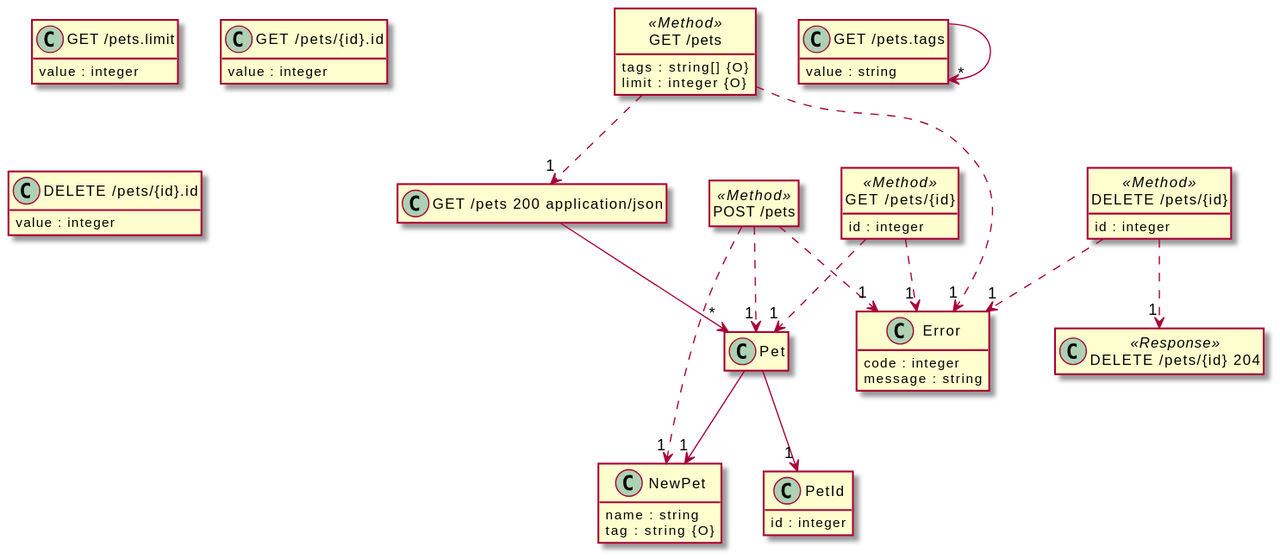
The PlantUML diagram src/docs/tests/petstore-expanded.puml.svg in davidmoten/openapi-to-plantuml, before a commit.
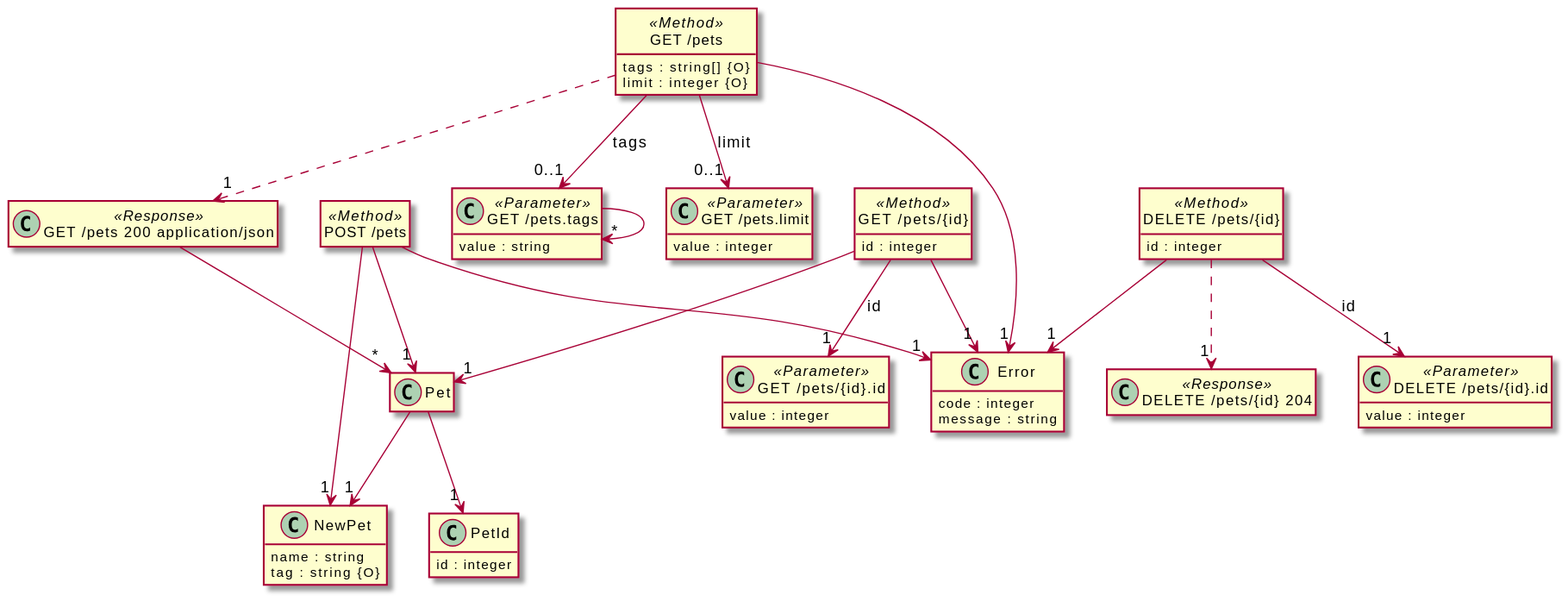
After the commit.

Change to the diagram source:
```diff
@@ -30,14 +30,14 @@
   value : string
 }
 
-class "GET /pets.tags" {
+class "GET /pets.tags" <<Parameter>> {
 }
 
-class "GET /pets.limit" {
+class "GET /pets.limit" <<Parameter>> {
   value : integer
 }
 
-class "GET /pets 200 application/json" {
+class "GET /pets 200 application/json" <<Response>> {
 }
 
 class "POST /pets" <<Method>> {
@@ -47,7 +47,7 @@
   id : integer
 }
 
-class "GET /pets/{id}.id" {
+class "GET /pets/{id}.id" <<Parameter>> {
   value : integer
 }
 
@@ -55,7 +55,7 @@
   id : integer
 }
 
-class "DELETE /pets/{id}.id" {
+class "DELETE /pets/{id}.id" <<Parameter>> {
   value : integer
 }
 
@@ -68,24 +68,32 @@
 
 "GET /pets.tags" --> "*" "GET /pets.tags"
 
+"GET /pets" --> "0..1" "GET /pets.tags" : "tags"
+
+"GET /pets" --> "0..1" "GET /pets.limit" : "limit"
+
 "GET /pets 200 application/json" --> "*" "Pet"
 
 "GET /pets" ..> "1" "GET /pets 200 application/json"
 
-"GET /pets" ..> "1" "Error"
+"GET /pets" --> "1" "Error"
 
-"POST /pets" ..> "1" "Pet"
+"POST /pets" --> "1" "Pet"
 
-"POST /pets" ..> "1" "Error"
+"POST /pets" --> "1" "Error"
 
-"POST /pets" ..> "1" "NewPet"
+"POST /pets" --> "1" "NewPet"
 
-"GET /pets/{id}" ..> "1" "Pet"
+"GET /pets/{id}" --> "1" "GET /pets/{id}.id" : "id"
 
-"GET /pets/{id}" ..> "1" "Error"
+"GET /pets/{id}" --> "1" "Pet"
+
+"GET /pets/{id}" --> "1" "Error"
+
+"DELETE /pets/{id}" --> "1" "DELETE /pets/{id}.id" : "id"
 
 "DELETE /pets/{id}" ..> "1" "DELETE /pets/{id} 204"
 
-"DELETE /pets/{id}" ..> "1" "Error"
+"DELETE /pets/{id}" --> "1" "Error"
 
 @enduml
```
